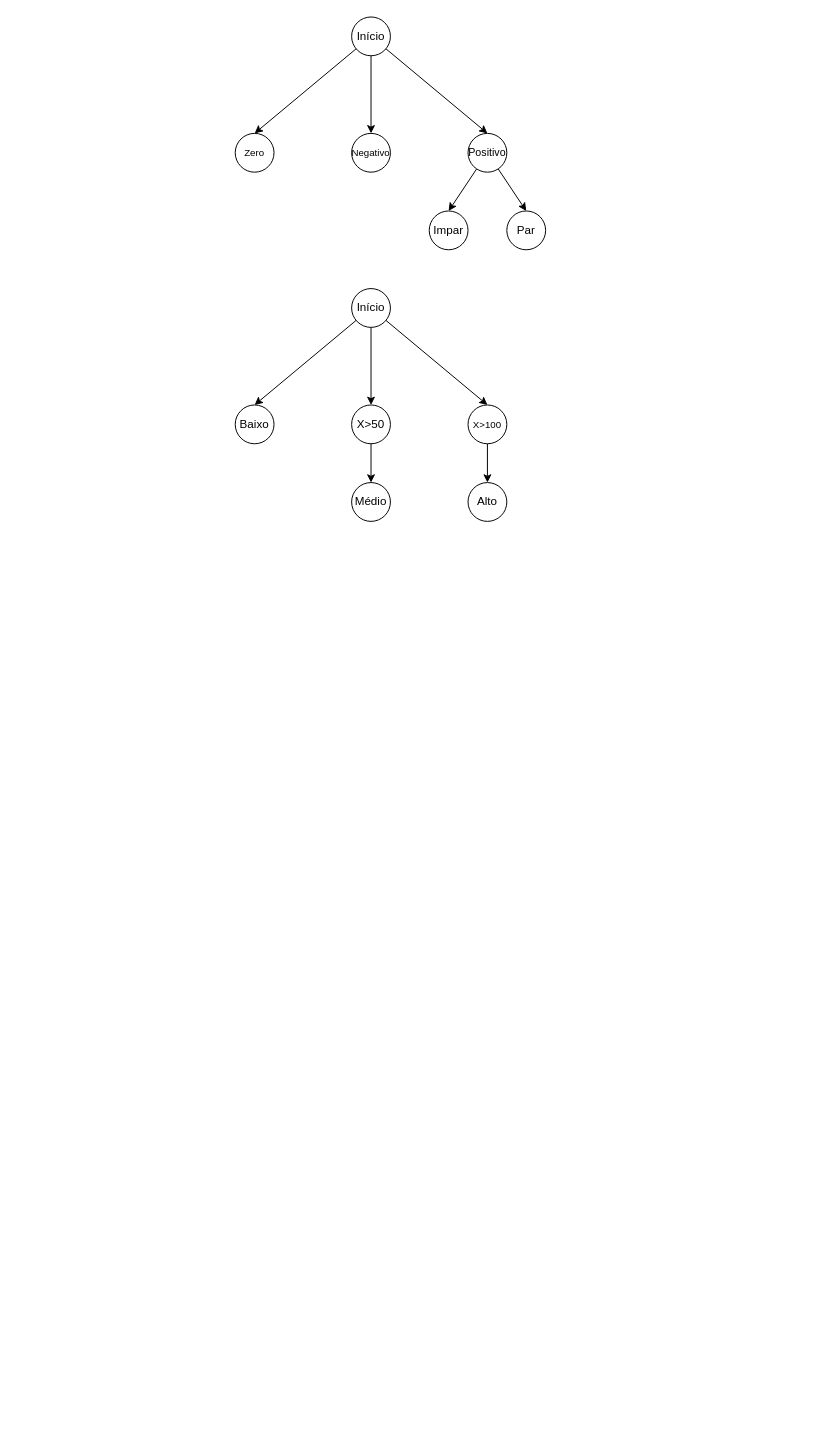
Earlier version of the draw.io diagram DrawIO/Lab7ex1eex2.drawio (pedromr10/testeSoftwareFEI). Source tidied: cells renumbered, new cells numbered last; positions are measured from the earlier drawing's top-left corner, leaving out a move shared by most shapes. Both pictures are drawn from the tidied source at 97%, with x=0, y=0 at pixel (235, 16).
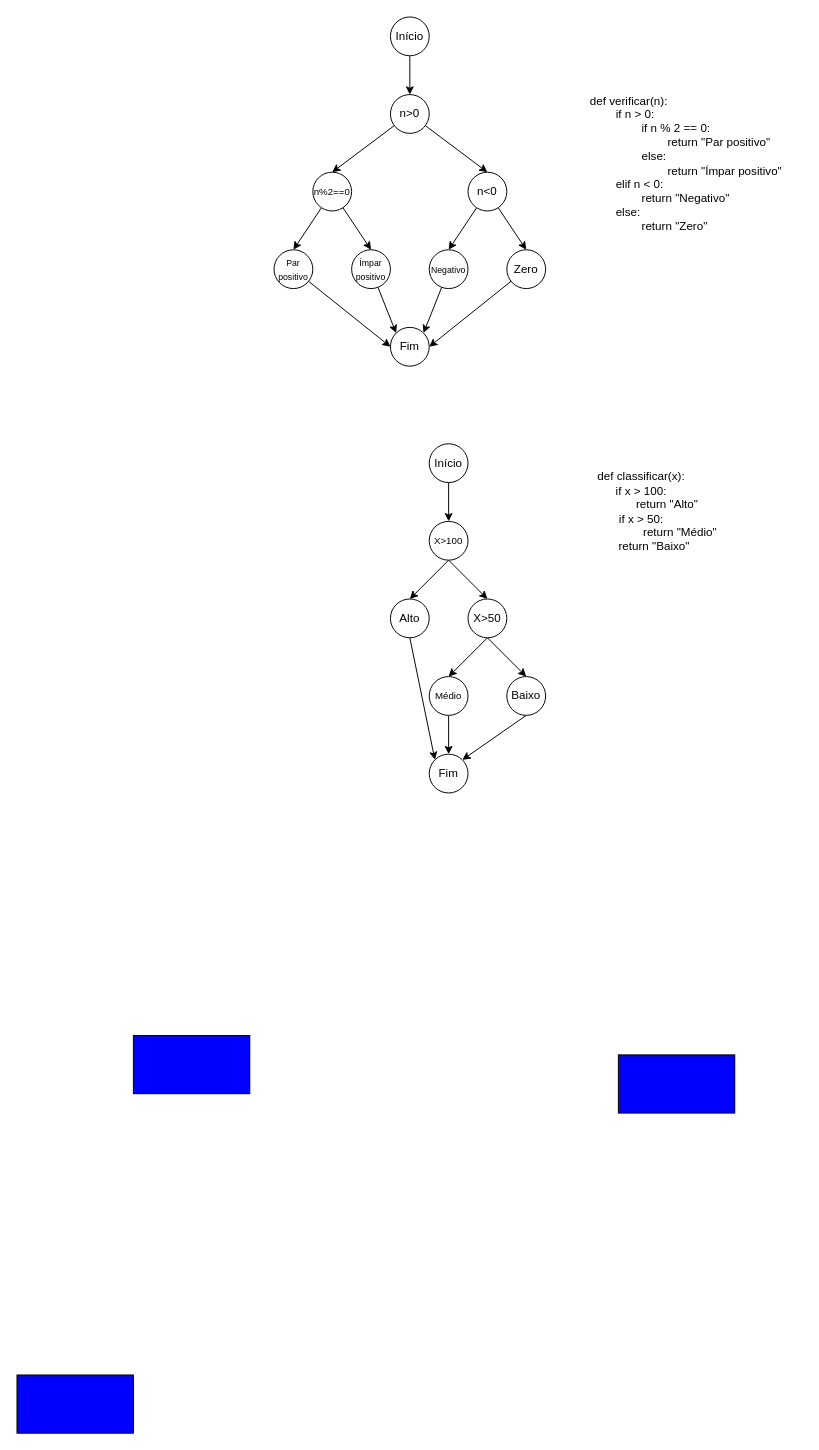
Above is the later version.

Commit message:
Grafo finalizado

Diff of the diagram source:
```diff
@@
-    <mxCell id="2" style="rounded=0;jettySize=auto;html=1;entryX=0.5;entryY=0;entryDx=0;entryDy=0;" parent="1" edge="1" source="5" target="8">
-      <mxGeometry relative="1" as="geometry" />
-    </mxCell>
-    <mxCell id="3" style="edgeStyle=orthogonalEdgeStyle;rounded=0;jettySize=auto;html=1;entryX=0.5;entryY=0;entryDx=0;entryDy=0;" parent="1" edge="1" source="5" target="9">
-      <mxGeometry relative="1" as="geometry" />
-    </mxCell>
-    <mxCell id="4" style="rounded=0;jettySize=auto;html=1;entryX=0.5;entryY=0;entryDx=0;entryDy=0;" parent="1" edge="1" source="5" target="12">
-      <mxGeometry relative="1" as="geometry" />
-    </mxCell>
+    <mxCell id="24" style="rounded=0;jettySize=auto;html=1;exitX=0.5;exitY=1;exitDx=0;exitDy=0;entryX=0.5;entryY=0;entryDx=0;entryDy=0;" parent="1" edge="1" source="5" target="38">
+      <mxGeometry relative="1" as="geometry" />
+    </mxCell>
     <mxCell id="5" value="Início" style="ellipse;whiteSpace=wrap;html=1;" parent="1" vertex="1">
-      <mxGeometry x="120" width="40" height="40" as="geometry" />
+      <mxGeometry x="160" width="40" height="40" as="geometry" />
     </mxCell>
-    <mxCell id="6" style="rounded=0;jettySize=auto;html=1;entryX=0.5;entryY=0;entryDx=0;entryDy=0;" parent="1" edge="1" source="8" target="11">
-      <mxGeometry relative="1" as="geometry" />
-    </mxCell>
-    <mxCell id="7" style="rounded=0;jettySize=auto;html=1;entryX=0.5;entryY=0;entryDx=0;entryDy=0;" parent="1" edge="1" source="8" target="10">
-      <mxGeometry relative="1" as="geometry" />
-    </mxCell>
-    <mxCell id="8" value="&lt;font style=&quot;font-size: 11px;&quot;&gt;Positivo&lt;/font&gt;" style="ellipse;whiteSpace=wrap;html=1;" parent="1" vertex="1">
-      <mxGeometry x="240" y="120" width="40" height="40" as="geometry" />
-    </mxCell>
+    <mxCell id="13" style="rounded=0;jettySize=auto;html=1;entryX=0.5;entryY=0;entryDx=0;entryDy=0;" parent="1" edge="1" source="16" target="19">
+      <mxGeometry relative="1" as="geometry" />
+    </mxCell>
+    <mxCell id="16" value="Início" style="ellipse;whiteSpace=wrap;html=1;" parent="1" vertex="1">
+      <mxGeometry x="200" y="440" width="40" height="40" as="geometry" />
+    </mxCell>
+    <mxCell id="18" style="rounded=0;jettySize=auto;html=1;entryX=0.5;entryY=0;entryDx=0;entryDy=0;exitX=0.5;exitY=1;exitDx=0;exitDy=0;" parent="1" edge="1" source="19" target="21">
+      <mxGeometry relative="1" as="geometry" />
+    </mxCell>
+    <mxCell id="25" style="rounded=0;jettySize=auto;html=1;exitX=0.5;exitY=1;exitDx=0;exitDy=0;entryX=0.5;entryY=0;entryDx=0;entryDy=0;" parent="1" edge="1" source="19" target="20">
+      <mxGeometry relative="1" as="geometry" />
+    </mxCell>
+    <mxCell id="19" value="&lt;font style=&quot;font-size: 10px;&quot;&gt;X&amp;gt;100&lt;/font&gt;" style="ellipse;whiteSpace=wrap;html=1;" parent="1" vertex="1">
+      <mxGeometry x="200" y="520" width="40" height="40" as="geometry" />
+    </mxCell>
+    <mxCell id="26" style="rounded=0;jettySize=auto;html=1;exitX=0.5;exitY=1;exitDx=0;exitDy=0;entryX=0;entryY=0;entryDx=0;entryDy=0;" parent="1" edge="1" source="21" target="34">
+      <mxGeometry relative="1" as="geometry" />
+    </mxCell>
+    <mxCell id="21" value="Alto" style="ellipse;whiteSpace=wrap;html=1;" parent="1" vertex="1">
+      <mxGeometry x="160" y="600" width="40" height="40" as="geometry" />
+    </mxCell>
+    <mxCell id="27" value="&lt;div&gt;def classificar(x):&amp;nbsp;&lt;/div&gt;&lt;div&gt;if x &amp;gt; 100:&amp;nbsp;&lt;/div&gt;&lt;div&gt;&lt;span style=&quot;white-space: pre;&quot;&gt;&#9;&lt;/span&gt;&lt;span style=&quot;white-space: pre;&quot;&gt;&#9;&lt;/span&gt;return &quot;Alto&quot;&amp;nbsp;&lt;/div&gt;&lt;div&gt;if x &amp;gt; 50:&amp;nbsp;&lt;/div&gt;&lt;div&gt;&lt;span style=&quot;white-space: pre;&quot;&gt;&#9;&lt;/span&gt;&lt;span style=&quot;white-space: pre;&quot;&gt;&#9;&lt;/span&gt;&lt;span style=&quot;white-space: pre;&quot;&gt;&#9;&lt;/span&gt;return &quot;Médio&quot;&amp;nbsp;&lt;/div&gt;&lt;div&gt;&lt;span style=&quot;white-space: pre;&quot;&gt;&#9;&lt;/span&gt;return &quot;Baixo&quot;&amp;nbsp;&lt;/div&gt;" style="text;html=1;align=center;verticalAlign=middle;strokeColor=none;fillColor=none;" parent="1" vertex="1">
+      <mxGeometry x="330" y="460" width="180" height="100" as="geometry" />
+    </mxCell>
+    <mxCell id="28" style="whiteSpace=wrap;html=1;fillColor=#0000FF;" parent="1" vertex="1">
+      <mxGeometry x="-105" y="1050" width="120" height="60" as="geometry" />
+    </mxCell>
+    <mxCell id="29" style="whiteSpace=wrap;html=1;fillColor=#0000FF;" parent="1" vertex="1">
+      <mxGeometry x="-225" y="1400" width="120" height="60" as="geometry" />
+    </mxCell>
+    <mxCell id="30" style="whiteSpace=wrap;html=1;fillColor=#0000FF;" parent="1" vertex="1">
+      <mxGeometry x="395" y="1070" width="120" height="60" as="geometry" />
+    </mxCell>
+    <mxCell id="17" style="rounded=0;jettySize=auto;html=1;exitX=0.5;exitY=1;exitDx=0;exitDy=0;entryX=0.5;entryY=0;entryDx=0;entryDy=0;" parent="1" edge="1" source="20" target="22">
+      <mxGeometry relative="1" as="geometry" />
+    </mxCell>
+    <mxCell id="31" style="rounded=0;jettySize=auto;html=1;exitX=0.5;exitY=1;exitDx=0;exitDy=0;entryX=0.5;entryY=0;entryDx=0;entryDy=0;" parent="1" edge="1" source="20" target="23">
+      <mxGeometry relative="1" as="geometry" />
+    </mxCell>
+    <mxCell id="20" value="X&amp;gt;50" style="ellipse;whiteSpace=wrap;html=1;" parent="1" vertex="1">
+      <mxGeometry x="240" y="600" width="40" height="40" as="geometry" />
+    </mxCell>
+    <mxCell id="32" style="rounded=0;jettySize=auto;html=1;exitX=0.5;exitY=1;exitDx=0;exitDy=0;entryX=0.5;entryY=0;entryDx=0;entryDy=0;" parent="1" edge="1" source="22" target="34">
+      <mxGeometry relative="1" as="geometry" />
+    </mxCell>
+    <mxCell id="22" value="&lt;font style=&quot;font-size: 10px;&quot;&gt;Médio&lt;/font&gt;" style="ellipse;whiteSpace=wrap;html=1;" parent="1" vertex="1">
+      <mxGeometry x="200" y="680" width="40" height="40" as="geometry" />
+    </mxCell>
+    <mxCell id="33" style="rounded=0;jettySize=auto;html=1;exitX=0.5;exitY=1;exitDx=0;exitDy=0;entryX=1;entryY=0;entryDx=0;entryDy=0;" parent="1" edge="1" source="23" target="34">
+      <mxGeometry relative="1" as="geometry" />
+    </mxCell>
+    <mxCell id="23" value="Baixo" style="ellipse;whiteSpace=wrap;html=1;" parent="1" vertex="1">
+      <mxGeometry x="280" y="680" width="40" height="40" as="geometry" />
+    </mxCell>
+    <mxCell id="34" value="Fim" style="ellipse;whiteSpace=wrap;html=1;" parent="1" vertex="1">
+      <mxGeometry x="200" y="760" width="40" height="40" as="geometry" />
+    </mxCell>
+    <mxCell id="35" value="def verificar(n):&amp;nbsp;&lt;div&gt;&lt;span style=&quot;white-space: pre;&quot;&gt;&#9;&lt;/span&gt;if n &amp;gt; 0:&amp;nbsp;&lt;/div&gt;&lt;div&gt;&lt;span style=&quot;white-space: pre;&quot;&gt;&#9;&lt;/span&gt;&lt;span style=&quot;white-space: pre;&quot;&gt;&#9;&lt;/span&gt;if n % 2 == 0:&amp;nbsp;&amp;nbsp;&lt;/div&gt;&lt;div&gt;&lt;span style=&quot;white-space: pre;&quot;&gt;&#9;&lt;/span&gt;&lt;span style=&quot;white-space: pre;&quot;&gt;&#9;&lt;/span&gt;&lt;span style=&quot;white-space: pre;&quot;&gt;&#9;&lt;/span&gt;return &quot;Par positivo&quot;&amp;nbsp;&lt;/div&gt;&lt;div&gt;&lt;span style=&quot;white-space: pre;&quot;&gt;&#9;&lt;/span&gt;&lt;span style=&quot;white-space: pre;&quot;&gt;&#9;&lt;/span&gt;else:&amp;nbsp;&lt;/div&gt;&lt;div&gt;&lt;span style=&quot;white-space: pre;&quot;&gt;&#9;&lt;/span&gt;&lt;span style=&quot;white-space: pre;&quot;&gt;&#9;&lt;/span&gt;&lt;span style=&quot;white-space: pre;&quot;&gt;&#9;&lt;/span&gt;return &quot;Ímpar positivo&quot;&amp;nbsp;&lt;/div&gt;&lt;div&gt;&lt;span style=&quot;white-space: pre;&quot;&gt;&#9;&lt;/span&gt;elif n &amp;lt; 0:&amp;nbsp;&lt;/div&gt;&lt;div&gt;&lt;span style=&quot;white-space: pre;&quot;&gt;&#9;&lt;/span&gt;&lt;span style=&quot;white-space: pre;&quot;&gt;&#9;&lt;/span&gt;return &quot;Negativo&quot;&amp;nbsp;&lt;/div&gt;&lt;div&gt;&lt;span style=&quot;white-space: pre;&quot;&gt;&#9;&lt;/span&gt;else:&amp;nbsp;&lt;/div&gt;&lt;div&gt;&lt;span style=&quot;white-space: pre;&quot;&gt;&#9;&lt;/span&gt;&lt;span style=&quot;white-space: pre;&quot;&gt;&#9;&lt;/span&gt;return &quot;Zero&quot;&lt;br&gt;&lt;/div&gt;" style="text;html=1;align=left;verticalAlign=middle;strokeColor=none;fillColor=none;" parent="1" vertex="1">
+      <mxGeometry x="364" y="71" width="220" height="160" as="geometry" />
+    </mxCell>
+    <mxCell id="36" style="rounded=0;jettySize=auto;html=1;entryX=0.5;entryY=0;entryDx=0;entryDy=0;" parent="1" edge="1" source="38" target="41">
+      <mxGeometry relative="1" as="geometry" />
+    </mxCell>
+    <mxCell id="37" style="rounded=0;jettySize=auto;html=1;entryX=0.5;entryY=0;entryDx=0;entryDy=0;" parent="1" edge="1" source="38" target="48">
+      <mxGeometry relative="1" as="geometry" />
+    </mxCell>
+    <mxCell id="38" value="n&amp;gt;0" style="ellipse;whiteSpace=wrap;html=1;" parent="1" vertex="1">
+      <mxGeometry x="160" y="80" width="40" height="40" as="geometry" />
+    </mxCell>
+    <mxCell id="39" style="rounded=0;jettySize=auto;html=1;entryX=0.5;entryY=0;entryDx=0;entryDy=0;" parent="1" edge="1" source="41" target="43">
+      <mxGeometry relative="1" as="geometry" />
+    </mxCell>
+    <mxCell id="40" style="rounded=0;jettySize=auto;html=1;entryX=0.5;entryY=0;entryDx=0;entryDy=0;" parent="1" edge="1" source="41" target="45">
+      <mxGeometry relative="1" as="geometry" />
+    </mxCell>
+    <mxCell id="41" value="&lt;font style=&quot;font-size: 10px;&quot;&gt;n%2==0&lt;/font&gt;" style="ellipse;whiteSpace=wrap;html=1;" parent="1" vertex="1">
+      <mxGeometry x="80" y="160" width="40" height="40" as="geometry" />
+    </mxCell>
+    <mxCell id="42" style="rounded=0;jettySize=auto;html=1;entryX=0;entryY=0.5;entryDx=0;entryDy=0;" parent="1" edge="1" source="43" target="51">
+      <mxGeometry relative="1" as="geometry" />
+    </mxCell>
+    <mxCell id="43" value="&lt;font style=&quot;font-size: 9px;&quot;&gt;Par positivo&lt;/font&gt;" style="ellipse;whiteSpace=wrap;html=1;" parent="1" vertex="1">
+      <mxGeometry x="40" y="240" width="40" height="40" as="geometry" />
+    </mxCell>
+    <mxCell id="44" style="rounded=0;jettySize=auto;html=1;entryX=0;entryY=0;entryDx=0;entryDy=0;" parent="1" edge="1" source="45" target="51">
+      <mxGeometry relative="1" as="geometry" />
+    </mxCell>
+    <mxCell id="45" value="&lt;font style=&quot;font-size: 9px;&quot;&gt;Ímpar positivo&lt;/font&gt;" style="ellipse;whiteSpace=wrap;html=1;" parent="1" vertex="1">
+      <mxGeometry x="120" y="240" width="40" height="40" as="geometry" />
+    </mxCell>
+    <mxCell id="46" style="rounded=0;jettySize=auto;html=1;entryX=0.5;entryY=0;entryDx=0;entryDy=0;" parent="1" edge="1" source="48" target="9">
+      <mxGeometry relative="1" as="geometry" />
+    </mxCell>
+    <mxCell id="47" style="rounded=0;jettySize=auto;html=1;entryX=0.5;entryY=0;entryDx=0;entryDy=0;" parent="1" edge="1" source="48" target="12">
+      <mxGeometry relative="1" as="geometry" />
+    </mxCell>
+    <mxCell id="48" value="n&amp;lt;0" style="ellipse;whiteSpace=wrap;html=1;" parent="1" vertex="1">
+      <mxGeometry x="240" y="160" width="40" height="40" as="geometry" />
+    </mxCell>
+    <mxCell id="49" style="rounded=0;jettySize=auto;html=1;entryX=1;entryY=0;entryDx=0;entryDy=0;" parent="1" edge="1" source="9" target="51">
+      <mxGeometry relative="1" as="geometry" />
+    </mxCell>
-    <mxCell id="9" value="&lt;font style=&quot;font-size: 10px;&quot;&gt;Negativo&lt;/font&gt;" style="ellipse;whiteSpace=wrap;html=1;" parent="1" vertex="1">
-      <mxGeometry x="120" y="120" width="40" height="40" as="geometry" />
+    <mxCell id="9" value="&lt;font style=&quot;font-size: 9px;&quot;&gt;Negativo&lt;/font&gt;" style="ellipse;whiteSpace=wrap;html=1;" parent="1" vertex="1">
+      <mxGeometry x="200" y="240" width="40" height="40" as="geometry" />
     </mxCell>
-    <mxCell id="10" value="Par" style="ellipse;whiteSpace=wrap;html=1;" parent="1" vertex="1">
-      <mxGeometry x="280" y="200" width="40" height="40" as="geometry" />
-    </mxCell>
-    <mxCell id="11" value="Impar" style="ellipse;whiteSpace=wrap;html=1;" parent="1" vertex="1">
-      <mxGeometry x="200" y="200" width="40" height="40" as="geometry" />
-    </mxCell>
+    <mxCell id="50" style="rounded=0;jettySize=auto;html=1;entryX=1;entryY=0.5;entryDx=0;entryDy=0;" parent="1" edge="1" source="12" target="51">
+      <mxGeometry relative="1" as="geometry" />
+    </mxCell>
-    <mxCell id="12" value="&lt;font style=&quot;font-size: 10px;&quot;&gt;Zero&lt;/font&gt;" style="ellipse;whiteSpace=wrap;html=1;" parent="1" vertex="1">
-      <mxGeometry y="120" width="40" height="40" as="geometry" />
+    <mxCell id="12" value="Zero" style="ellipse;whiteSpace=wrap;html=1;" parent="1" vertex="1">
+      <mxGeometry x="280" y="240" width="40" height="40" as="geometry" />
     </mxCell>
-    <mxCell id="13" style="rounded=0;jettySize=auto;html=1;entryX=0.5;entryY=0;entryDx=0;entryDy=0;" parent="1" edge="1" source="16" target="19">
-      <mxGeometry relative="1" as="geometry" />
-    </mxCell>
-    <mxCell id="14" style="edgeStyle=orthogonalEdgeStyle;rounded=0;jettySize=auto;html=1;entryX=0.5;entryY=0;entryDx=0;entryDy=0;" parent="1" edge="1" source="16" target="20">
-      <mxGeometry relative="1" as="geometry" />
-    </mxCell>
-    <mxCell id="15" style="rounded=0;jettySize=auto;html=1;entryX=0.5;entryY=0;entryDx=0;entryDy=0;" parent="1" edge="1" source="16" target="23">
-      <mxGeometry relative="1" as="geometry" />
-    </mxCell>
-    <mxCell id="16" value="Início" style="ellipse;whiteSpace=wrap;html=1;" parent="1" vertex="1">
-      <mxGeometry x="120" y="280" width="40" height="40" as="geometry" />
-    </mxCell>
-    <mxCell id="17" style="rounded=0;jettySize=auto;html=1;entryX=0.5;entryY=0;entryDx=0;entryDy=0;exitX=0.5;exitY=1;exitDx=0;exitDy=0;" parent="1" edge="1" source="20" target="22">
-      <mxGeometry relative="1" as="geometry" />
-    </mxCell>
-    <mxCell id="18" style="rounded=0;jettySize=auto;html=1;entryX=0.5;entryY=0;entryDx=0;entryDy=0;exitX=0.5;exitY=1;exitDx=0;exitDy=0;" parent="1" edge="1" source="19" target="21">
-      <mxGeometry relative="1" as="geometry" />
-    </mxCell>
-    <mxCell id="19" value="&lt;font style=&quot;font-size: 10px;&quot;&gt;X&amp;gt;100&lt;/font&gt;" style="ellipse;whiteSpace=wrap;html=1;" parent="1" vertex="1">
-      <mxGeometry x="240" y="400" width="40" height="40" as="geometry" />
-    </mxCell>
-    <mxCell id="20" value="X&amp;gt;50" style="ellipse;whiteSpace=wrap;html=1;" parent="1" vertex="1">
-      <mxGeometry x="120" y="400" width="40" height="40" as="geometry" />
-    </mxCell>
-    <mxCell id="21" value="Alto" style="ellipse;whiteSpace=wrap;html=1;" parent="1" vertex="1">
-      <mxGeometry x="240" y="480" width="40" height="40" as="geometry" />
-    </mxCell>
-    <mxCell id="22" value="Médio" style="ellipse;whiteSpace=wrap;html=1;" parent="1" vertex="1">
-      <mxGeometry x="120" y="480" width="40" height="40" as="geometry" />
-    </mxCell>
-    <mxCell id="23" value="Baixo" style="ellipse;whiteSpace=wrap;html=1;" parent="1" vertex="1">
-      <mxGeometry y="400" width="40" height="40" as="geometry" />
-    </mxCell>
+    <mxCell id="51" value="Fim" style="ellipse;whiteSpace=wrap;html=1;" parent="1" vertex="1">
+      <mxGeometry x="160" y="320" width="40" height="40" as="geometry" />
+    </mxCell>
```
